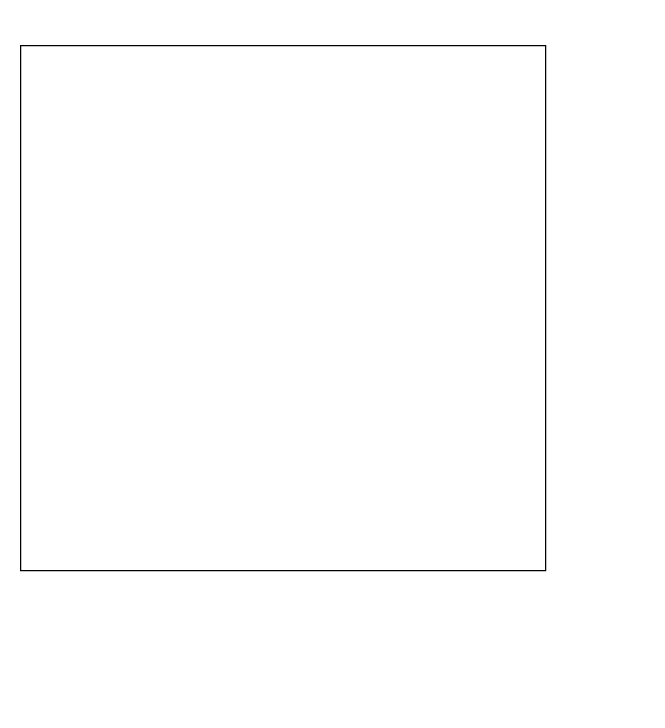
The draw.io diagram diagrams/osrservice.drawio in jokerz5575/osrdiagram, before the edit. Source tidied: cells renumbered, new cells numbered last; positions are measured from the earlier drawing's top-left corner, leaving out a move shared by most shapes. Both pictures are drawn from the tidied source at 125%, with x=0, y=0 at pixel (20, 45).
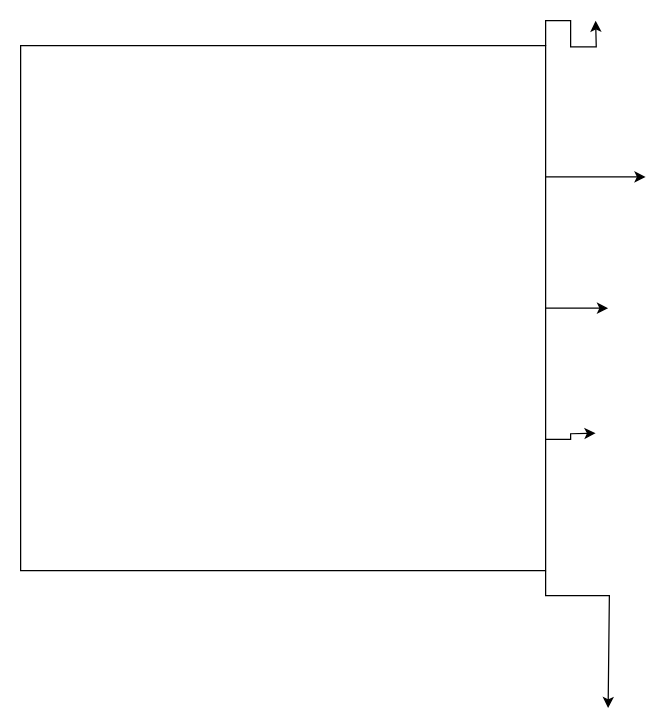
The same page after the edit.

Diff of the diagram source:
```diff
@@
 <mxGraphModel>
   <root>
     <mxCell id="0" />
     <mxCell id="1" parent="0" />
+    <mxCell id="3" style="edgeStyle=orthogonalEdgeStyle;rounded=0;jettySize=auto;html=1;exitX=1;exitY=0;exitDx=0;exitDy=0;" parent="1" edge="1" source="2">
+      <mxGeometry relative="1" as="geometry">
+        <mxPoint x="460" y="-20" as="targetPoint" />
+      </mxGeometry>
+    </mxCell>
+    <mxCell id="4" style="edgeStyle=orthogonalEdgeStyle;rounded=0;jettySize=auto;html=1;exitX=1;exitY=0.25;exitDx=0;exitDy=0;" parent="1" edge="1" source="2">
+      <mxGeometry relative="1" as="geometry">
+        <mxPoint x="500" y="105" as="targetPoint" />
+      </mxGeometry>
+    </mxCell>
+    <mxCell id="5" style="edgeStyle=orthogonalEdgeStyle;rounded=0;jettySize=auto;html=1;exitX=1;exitY=0.5;exitDx=0;exitDy=0;" parent="1" edge="1" source="2">
+      <mxGeometry relative="1" as="geometry">
+        <mxPoint x="470" y="210" as="targetPoint" />
+      </mxGeometry>
+    </mxCell>
+    <mxCell id="6" style="edgeStyle=orthogonalEdgeStyle;rounded=0;jettySize=auto;html=1;exitX=1;exitY=0.75;exitDx=0;exitDy=0;" parent="1" edge="1" source="2">
+      <mxGeometry relative="1" as="geometry">
+        <mxPoint x="460" y="310" as="targetPoint" />
+      </mxGeometry>
+    </mxCell>
+    <mxCell id="7" style="edgeStyle=orthogonalEdgeStyle;rounded=0;jettySize=auto;html=1;exitX=1;exitY=1;exitDx=0;exitDy=0;" parent="1" edge="1" source="2">
+      <mxGeometry relative="1" as="geometry">
+        <mxPoint x="470" y="530" as="targetPoint" />
+        <Array as="points">
+          <mxPoint x="420" y="440" />
+          <mxPoint x="471" y="440" />
+        </Array>
+      </mxGeometry>
+    </mxCell>
     <mxCell id="2" style="whiteSpace=wrap;html=1;" parent="1" vertex="1">
       <mxGeometry width="420" height="420" as="geometry" />
     </mxCell>
   </root>
 </mxGraphModel>
```
